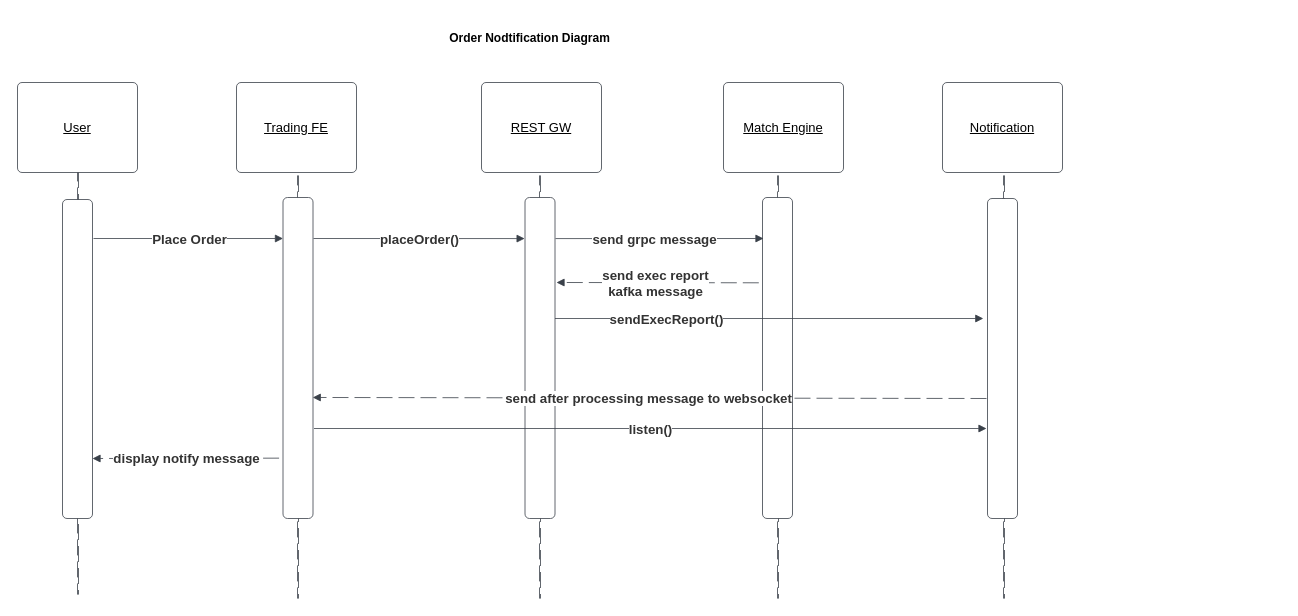
Earlier version of the draw.io diagram order_notification.drawio (wangchengxu/Diagram). Source tidied: cells renumbered, new cells numbered last; positions are measured from the earlier drawing's top-left corner, leaving out a move shared by most shapes. Both pictures are drawn from the tidied source at 100%, with x=0, y=0 at pixel (-134, 23).
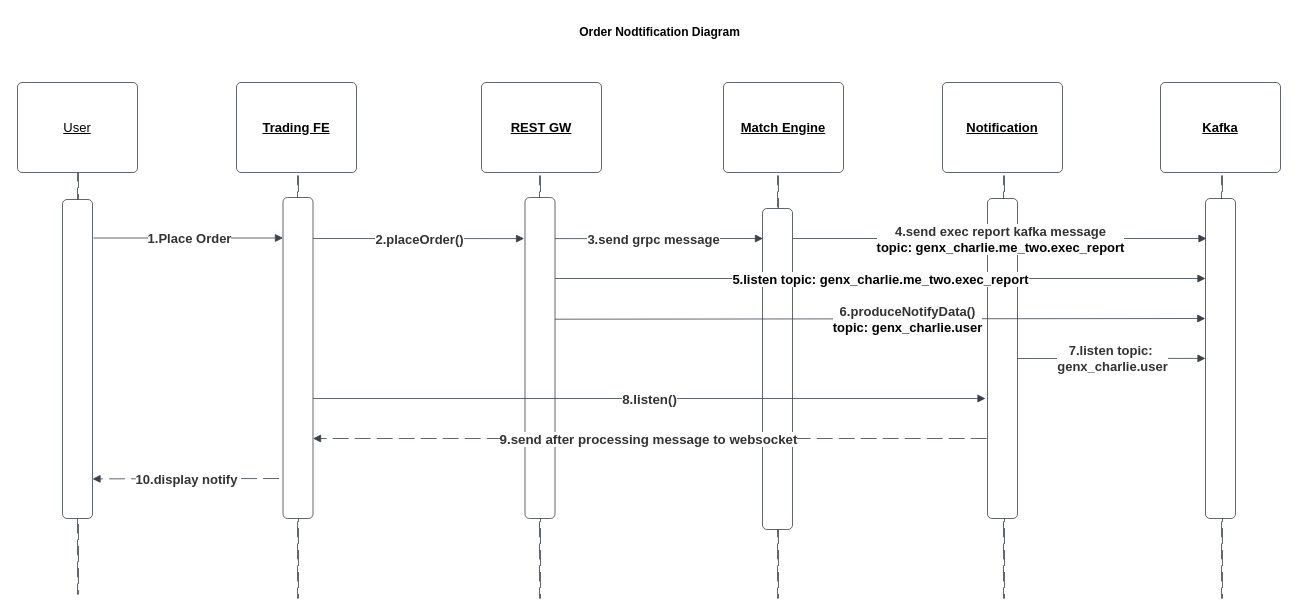
The same diagram, later.

Unchanged cells that the change refers to:
```xml
<mxCell id="15" style="html=1;overflow=block;blockSpacing=1;whiteSpace=wrap;fontSize=13;spacing=0;strokeColor=#3a414a;strokeOpacity=100;rounded=1;absoluteArcSize=1;arcSize=9;strokeWidth=0.8;lucidId=p-NZh3E1zH06;" parent="1" vertex="1">
  <mxGeometry x="416.5" y="174" width="30" height="321" as="geometry" />
</mxCell>
<mxCell id="16" style="html=1;overflow=block;blockSpacing=1;whiteSpace=wrap;fontSize=13;spacing=0;strokeColor=#3a414a;strokeOpacity=100;rounded=1;absoluteArcSize=1;arcSize=9;strokeWidth=0.8;lucidId=Y-NZVu-vQOem;" parent="1" vertex="1">
  <mxGeometry x="658.5" y="174" width="30" height="321" as="geometry" />
</mxCell>
<mxCell id="21" style="html=1;overflow=block;blockSpacing=1;whiteSpace=wrap;fontSize=13;spacing=0;strokeColor=#3a414a;strokeOpacity=100;rounded=1;absoluteArcSize=1;arcSize=9;strokeWidth=0.8;lucidId=Q~NZrVW1zLrD;" parent="1" vertex="1">
  <mxGeometry x="1121" y="175" width="30" height="320" as="geometry" />
</mxCell>
```

Change to the diagram source:
```diff
@@
-    <mxCell id="4" value="Trading FE" style="html=1;overflow=block;blockSpacing=1;whiteSpace=wrap;fontSize=13;fontStyle=4;spacing=3.8;strokeColor=#3a414a;strokeOpacity=100;rounded=1;absoluteArcSize=1;arcSize=9;strokeWidth=0.8;lucidId=18NZU9HDsDMR;" parent="1" vertex="1">
+    <mxCell id="4" value="&lt;b&gt;Trading FE&lt;/b&gt;" style="html=1;overflow=block;blockSpacing=1;whiteSpace=wrap;fontSize=13;fontStyle=4;spacing=3.8;strokeColor=#3a414a;strokeOpacity=100;rounded=1;absoluteArcSize=1;arcSize=9;strokeWidth=0.8;lucidId=18NZU9HDsDMR;" parent="1" vertex="1">
       <mxGeometry x="370" y="59" width="120" height="90" as="geometry" />
     </mxCell>
-    <mxCell id="5" value="Match Engine" style="html=1;overflow=block;blockSpacing=1;whiteSpace=wrap;fontSize=13;fontStyle=4;spacing=3.8;strokeColor=#3a414a;strokeOpacity=100;rounded=1;absoluteArcSize=1;arcSize=9;strokeWidth=0.8;lucidId=a9NZcL33oLzD;" parent="1" vertex="1">
+    <mxCell id="5" value="&lt;b&gt;Match Engine&lt;/b&gt;" style="html=1;overflow=block;blockSpacing=1;whiteSpace=wrap;fontSize=13;fontStyle=4;spacing=3.8;strokeColor=#3a414a;strokeOpacity=100;rounded=1;absoluteArcSize=1;arcSize=9;strokeWidth=0.8;lucidId=a9NZcL33oLzD;" parent="1" vertex="1">
       <mxGeometry x="857" y="59" width="120" height="90" as="geometry" />
     </mxCell>
-    <mxCell id="6" value="Notification" style="html=1;overflow=block;blockSpacing=1;whiteSpace=wrap;fontSize=13;fontStyle=4;spacing=3.8;strokeColor=#3a414a;strokeOpacity=100;rounded=1;absoluteArcSize=1;arcSize=9;strokeWidth=0.8;lucidId=l9NZF5u.6GAb;" parent="1" vertex="1">
+    <mxCell id="6" value="&lt;b style=&quot;border-color: var(--border-color);&quot;&gt;Notification&lt;/b&gt;" style="html=1;overflow=block;blockSpacing=1;whiteSpace=wrap;fontSize=13;fontStyle=4;spacing=3.8;strokeColor=#3a414a;strokeOpacity=100;rounded=1;absoluteArcSize=1;arcSize=9;strokeWidth=0.8;lucidId=l9NZF5u.6GAb;" parent="1" vertex="1">
       <mxGeometry x="1076" y="59" width="120" height="90" as="geometry" />
     </mxCell>
-    <mxCell id="7" value="REST GW" style="html=1;overflow=block;blockSpacing=1;whiteSpace=wrap;fontSize=13;fontStyle=4;spacing=3.8;strokeColor=#3a414a;strokeOpacity=100;rounded=1;absoluteArcSize=1;arcSize=9;strokeWidth=0.8;lucidId=t9NZKBoNONix;" parent="1" vertex="1">
+    <mxCell id="7" value="&lt;b&gt;REST GW&lt;/b&gt;" style="html=1;overflow=block;blockSpacing=1;whiteSpace=wrap;fontSize=13;fontStyle=4;spacing=3.8;strokeColor=#3a414a;strokeOpacity=100;rounded=1;absoluteArcSize=1;arcSize=9;strokeWidth=0.8;lucidId=t9NZKBoNONix;" parent="1" vertex="1">
       <mxGeometry x="615" y="59" width="120" height="90" as="geometry" />
     </mxCell>
@@
     <mxCell id="13" style="html=1;jettySize=18;whiteSpace=wrap;fontSize=13;strokeColor=#3a414a;strokeOpacity=100;strokeWidth=0.8;rounded=0;startArrow=none;endArrow=block;endFill=1;entryX=0.05;entryY=0.059;entryPerimeter=0;lucidId=g-NZMRchMd7d;entryDx=0;entryDy=0;" parent="1" edge="1">
       <mxGeometry relative="1" as="geometry">
-        <mxPoint x="227" y="215" as="sourcePoint" />
-        <mxPoint x="416.5" y="215" as="targetPoint" />
+        <mxPoint x="227" y="214.5" as="sourcePoint" />
+        <mxPoint x="416.5" y="214.5" as="targetPoint" />
       </mxGeometry>
     </mxCell>
-    <mxCell id="14" value="Place Order" style="text;html=1;labelBackgroundColor=default;align=center;verticalAlign=middle;fontStyle=1;fontColor=#333333;fontSize=13.3;" parent="13" vertex="1">
+    <mxCell id="14" value="&lt;font style=&quot;font-size: 13px;&quot;&gt;1.Place Order&lt;/font&gt;" style="text;html=1;labelBackgroundColor=default;align=center;verticalAlign=middle;fontStyle=1;fontColor=#333333;fontSize=13.3;" parent="13" vertex="1">
       <mxGeometry relative="1" as="geometry" />
     </mxCell>
@@
-    <mxCell id="17" style="html=1;jettySize=18;whiteSpace=wrap;fontSize=13;strokeColor=#3a414a;strokeOpacity=100;strokeWidth=0.8;rounded=0;startArrow=none;endArrow=block;endFill=1;entryX=-0.012;entryY=0.128;entryPerimeter=0;lucidId=--NZR8_Uenr~;" parent="1" edge="1" target="16">
+    <mxCell id="17" style="html=1;jettySize=18;whiteSpace=wrap;fontSize=13;strokeColor=#3a414a;strokeOpacity=100;strokeWidth=0.8;rounded=0;startArrow=none;endArrow=block;endFill=1;entryX=-0.012;entryY=0.128;entryPerimeter=0;lucidId=--NZR8_Uenr~;" parent="1" edge="1">
       <mxGeometry relative="1" as="geometry">
-        <mxPoint x="447" y="215" as="sourcePoint" />
+        <mxPoint x="446.5" y="215" as="sourcePoint" />
+        <mxPoint x="657.6" y="215.1" as="targetPoint" />
       </mxGeometry>
     </mxCell>
-    <mxCell id="18" value="placeOrder()" style="text;html=1;labelBackgroundColor=default;align=center;verticalAlign=middle;fontStyle=1;fontColor=#333333;fontSize=13.3;" parent="17" vertex="1">
+    <mxCell id="18" value="&lt;font style=&quot;font-size: 13px;&quot;&gt;2.placeOrder()&lt;/font&gt;" style="text;html=1;labelBackgroundColor=default;align=center;verticalAlign=middle;fontStyle=1;fontColor=#333333;fontSize=13.3;" parent="17" vertex="1">
       <mxGeometry relative="1" as="geometry" />
     </mxCell>
     <mxCell id="19" style="html=1;overflow=block;blockSpacing=1;whiteSpace=wrap;fontSize=13;spacing=0;strokeColor=#3a414a;strokeOpacity=100;rounded=1;absoluteArcSize=1;arcSize=9;strokeWidth=0.8;lucidId=c~NZ66zwnHVi;" parent="1" vertex="1">
-      <mxGeometry x="896" y="174" width="30" height="321" as="geometry" />
+      <mxGeometry x="896" y="185" width="30" height="321" as="geometry" />
     </mxCell>
@@
-    <mxCell id="22" style="html=1;jettySize=18;whiteSpace=wrap;fontSize=13;strokeColor=#3a414a;strokeOpacity=100;dashed=1;fixDash=1;dashPattern=16 6;strokeWidth=0.8;rounded=0;startArrow=none;endArrow=block;endFill=1;entryX=0.992;entryY=0.623;lucidId=VaOZTp4riYNy;entryDx=0;entryDy=0;entryPerimeter=0;" parent="1" edge="1" target="15">
+    <mxCell id="22" style="html=1;jettySize=18;whiteSpace=wrap;fontSize=13;strokeColor=#3a414a;strokeOpacity=100;dashed=1;fixDash=1;dashPattern=16 6;strokeWidth=0.8;rounded=0;startArrow=none;endArrow=block;endFill=1;entryX=0.992;entryY=0.623;lucidId=VaOZTp4riYNy;entryDx=0;entryDy=0;entryPerimeter=0;" parent="1" edge="1">
       <mxGeometry relative="1" as="geometry">
-        <mxPoint x="1120" y="375" as="sourcePoint" />
+        <mxPoint x="1120.2" y="415" as="sourcePoint" />
+        <mxPoint x="446.5" y="415" as="targetPoint" />
       </mxGeometry>
     </mxCell>
-    <mxCell id="23" value="send after processing message to websocket" style="text;html=1;labelBackgroundColor=default;align=center;verticalAlign=middle;fontStyle=1;fontColor=#333333;fontSize=13.3;" parent="22" vertex="1">
+    <mxCell id="23" value="9.send after processing message to websocket" style="text;html=1;labelBackgroundColor=default;align=center;verticalAlign=middle;fontStyle=1;fontColor=#333333;fontSize=13.3;" parent="22" vertex="1">
       <mxGeometry x="-0.64" relative="1" as="geometry">
         <mxPoint x="-218" as="offset" />
       </mxGeometry>
     </mxCell>
-    <mxCell id="24" style="html=1;jettySize=18;whiteSpace=wrap;fontSize=13;strokeColor=#3a414a;strokeOpacity=100;strokeWidth=0.8;rounded=0;startArrow=none;endArrow=block;endFill=1;exitX=1.017;exitY=0.128;exitPerimeter=0;lucidId=6cOZZF8WiXqJ;exitDx=0;exitDy=0;" parent="1" edge="1" source="16">
+    <mxCell id="24" style="html=1;jettySize=18;whiteSpace=wrap;fontSize=13;strokeColor=#3a414a;strokeOpacity=100;strokeWidth=0.8;rounded=0;startArrow=none;endArrow=block;endFill=1;exitX=1.017;exitY=0.128;exitPerimeter=0;lucidId=6cOZZF8WiXqJ;exitDx=0;exitDy=0;" parent="1" edge="1">
       <mxGeometry relative="1" as="geometry">
-        <mxPoint x="897" y="215" as="targetPoint" />
+        <mxPoint x="688.5" y="215.1" as="sourcePoint" />
+        <mxPoint x="896.5" y="215" as="targetPoint" />
       </mxGeometry>
     </mxCell>
-    <mxCell id="25" value="send grpc message" style="text;html=1;labelBackgroundColor=default;align=center;verticalAlign=middle;fontStyle=1;fontColor=#333333;fontSize=13.3;" parent="24" vertex="1">
+    <mxCell id="25" value="&lt;font style=&quot;font-size: 13px;&quot;&gt;3.send grpc message&lt;/font&gt;" style="text;html=1;labelBackgroundColor=default;align=center;verticalAlign=middle;fontStyle=1;fontColor=#333333;fontSize=13.3;" parent="24" vertex="1">
       <mxGeometry x="-0.74" relative="1" as="geometry">
         <mxPoint x="71" as="offset" />
       </mxGeometry>
     </mxCell>
-    <mxCell id="26" style="html=1;jettySize=18;whiteSpace=wrap;fontSize=13;strokeColor=#3a414a;strokeOpacity=100;dashed=1;fixDash=1;dashPattern=16 6;strokeWidth=0.8;rounded=0;startArrow=none;endArrow=block;endFill=1;entryX=1.05;entryY=0.374;entryPerimeter=0;lucidId=VaOZTp4riYNy;entryDx=0;entryDy=0;exitX=-0.124;exitY=0.375;exitDx=0;exitDy=0;exitPerimeter=0;" parent="1" edge="1">
-      <mxGeometry relative="1" as="geometry">
-        <mxPoint x="892.3" y="259.3" as="sourcePoint" />
-        <mxPoint x="690" y="259" as="targetPoint" />
-      </mxGeometry>
-    </mxCell>
-    <mxCell id="27" value="send exec report &lt;br&gt;kafka message" style="text;html=1;labelBackgroundColor=default;align=center;verticalAlign=middle;fontStyle=1;fontColor=#333333;fontSize=13.3;" parent="26" vertex="1">
-      <mxGeometry x="-0.64" relative="1" as="geometry">
-        <mxPoint x="-68" as="offset" />
-      </mxGeometry>
-    </mxCell>
-    <mxCell id="28" style="html=1;jettySize=18;whiteSpace=wrap;fontSize=13;strokeColor=#3a414a;strokeOpacity=100;strokeWidth=0.8;rounded=0;startArrow=none;endArrow=block;endFill=1;entryX=-0.14;entryY=0.375;entryPerimeter=0;lucidId=--NZR8_Uenr~;entryDx=0;entryDy=0;" parent="1" edge="1" target="21">
+    <mxCell id="28" style="html=1;jettySize=18;whiteSpace=wrap;fontSize=13;strokeColor=#3a414a;strokeOpacity=100;strokeWidth=0.8;rounded=0;startArrow=none;endArrow=block;endFill=1;entryX=-0.006;entryY=0.407;entryPerimeter=0;lucidId=--NZR8_Uenr~;entryDx=0;entryDy=0;" parent="1" edge="1">
       <mxGeometry relative="1" as="geometry">
-        <mxPoint x="688.5" y="295" as="sourcePoint" />
+        <mxPoint x="688.5" y="295.7" as="sourcePoint" />
+        <mxPoint x="1338.8" y="295" as="targetPoint" />
       </mxGeometry>
     </mxCell>
-    <mxCell id="29" value="sendExecReport()" style="text;html=1;labelBackgroundColor=default;align=center;verticalAlign=middle;fontStyle=1;fontColor=#333333;fontSize=13.3;" parent="28" vertex="1">
+    <mxCell id="29" value="&lt;font style=&quot;font-size: 13px;&quot;&gt;6.produceNotifyData()&lt;br&gt;&lt;span style=&quot;border-color: var(--border-color); color: rgb(0, 0, 0); background-color: rgb(251, 251, 251);&quot;&gt;topic:&amp;nbsp;genx_charlie.user&lt;/span&gt;&lt;/font&gt;" style="text;html=1;labelBackgroundColor=default;align=center;verticalAlign=middle;fontStyle=1;fontColor=#333333;fontSize=13.3;" parent="28" vertex="1">
       <mxGeometry relative="1" as="geometry">
-        <mxPoint x="-103" as="offset" />
+        <mxPoint x="27" as="offset" />
       </mxGeometry>
     </mxCell>
     <mxCell id="30" style="html=1;jettySize=18;whiteSpace=wrap;fontSize=13;strokeColor=#3a414a;strokeOpacity=100;strokeWidth=0.8;rounded=0;startArrow=none;endArrow=block;endFill=1;lucidId=--NZR8_Uenr~;" parent="1" edge="1">
       <mxGeometry relative="1" as="geometry">
-        <mxPoint x="447.5" y="405" as="sourcePoint" />
-        <mxPoint x="1120" y="405" as="targetPoint" />
+        <mxPoint x="446.5" y="375" as="sourcePoint" />
+        <mxPoint x="1119" y="375" as="targetPoint" />
       </mxGeometry>
     </mxCell>
-    <mxCell id="31" value="listen()" style="text;html=1;labelBackgroundColor=default;align=center;verticalAlign=middle;fontStyle=1;fontColor=#333333;fontSize=13.3;" parent="30" vertex="1">
+    <mxCell id="31" value="8.listen()" style="text;html=1;labelBackgroundColor=default;align=center;verticalAlign=middle;fontStyle=1;fontColor=#333333;fontSize=13.3;" parent="30" vertex="1">
       <mxGeometry relative="1" as="geometry" />
     </mxCell>
-    <mxCell id="32" style="html=1;jettySize=18;whiteSpace=wrap;fontSize=13;strokeColor=#3a414a;strokeOpacity=100;dashed=1;fixDash=1;dashPattern=16 6;strokeWidth=0.8;rounded=0;startArrow=none;endArrow=block;endFill=1;entryX=0.992;entryY=0.623;lucidId=VaOZTp4riYNy;entryDx=0;entryDy=0;entryPerimeter=0;exitX=-0.13;exitY=0.812;exitDx=0;exitDy=0;exitPerimeter=0;" parent="1" edge="1" source="15">
+    <mxCell id="32" style="html=1;jettySize=18;whiteSpace=wrap;fontSize=13;strokeColor=#3a414a;strokeOpacity=100;dashed=1;fixDash=1;dashPattern=16 6;strokeWidth=0.8;rounded=0;startArrow=none;endArrow=block;endFill=1;entryX=0.992;entryY=0.623;lucidId=VaOZTp4riYNy;entryDx=0;entryDy=0;entryPerimeter=0;exitX=-0.13;exitY=0.812;exitDx=0;exitDy=0;exitPerimeter=0;" parent="1" edge="1">
       <mxGeometry relative="1" as="geometry">
-        <mxPoint x="226" y="435" as="targetPoint" />
+        <mxPoint x="412.6" y="455" as="sourcePoint" />
+        <mxPoint x="226" y="455.4" as="targetPoint" />
       </mxGeometry>
     </mxCell>
-    <mxCell id="33" value="display notify message" style="text;html=1;labelBackgroundColor=default;align=center;verticalAlign=middle;fontStyle=1;fontColor=#333333;fontSize=13.3;" parent="32" vertex="1">
+    <mxCell id="33" value="&lt;font style=&quot;font-size: 13px;&quot;&gt;10.display notify&lt;/font&gt;" style="text;html=1;labelBackgroundColor=default;align=center;verticalAlign=middle;fontStyle=1;fontColor=#333333;fontSize=13.3;" parent="32" vertex="1">
       <mxGeometry x="-0.64" relative="1" as="geometry">
         <mxPoint x="-59" as="offset" />
       </mxGeometry>
     </mxCell>
     <mxCell id="34" value="&lt;b&gt;Order Nodtification Diagram&lt;/b&gt;" style="text;strokeColor=none;align=center;fillColor=none;html=1;verticalAlign=middle;whiteSpace=wrap;rounded=0;" parent="1" vertex="1">
-      <mxGeometry x="568" width="191" height="30" as="geometry" />
+      <mxGeometry x="698" y="-6" width="191" height="30" as="geometry" />
     </mxCell>
+    <mxCell id="35" value="&lt;b&gt;Kafka&lt;/b&gt;" style="html=1;overflow=block;blockSpacing=1;whiteSpace=wrap;fontSize=13;fontStyle=4;spacing=3.8;strokeColor=#3a414a;strokeOpacity=100;rounded=1;absoluteArcSize=1;arcSize=9;strokeWidth=0.8;lucidId=l9NZF5u.6GAb;" parent="1" vertex="1">
+      <mxGeometry x="1294" y="59" width="120" height="90" as="geometry" />
+    </mxCell>
+    <mxCell id="36" style="html=1;overflow=block;blockSpacing=1;whiteSpace=wrap;fontSize=13;spacing=0;strokeColor=#3a414a;strokeOpacity=100;rounded=1;absoluteArcSize=1;arcSize=9;rotation=-270;dashed=1;fixDash=1;dashPattern=16 6;strokeWidth=0.8;lucidId=Q9NZzyseHX5v;" parent="1" vertex="1">
+      <mxGeometry x="1144" y="363" width="423" height="1" as="geometry" />
+    </mxCell>
+    <mxCell id="37" style="edgeStyle=orthogonalEdgeStyle;rounded=0;jettySize=auto;html=1;exitX=0.5;exitY=0;exitDx=0;exitDy=0;" parent="1" edge="1" source="38">
+      <mxGeometry relative="1" as="geometry">
+        <mxPoint x="1354" y="185" as="targetPoint" />
+      </mxGeometry>
+    </mxCell>
+    <mxCell id="38" style="html=1;overflow=block;blockSpacing=1;whiteSpace=wrap;fontSize=13;spacing=0;strokeColor=#3a414a;strokeOpacity=100;rounded=1;absoluteArcSize=1;arcSize=9;strokeWidth=0.8;lucidId=Q~NZrVW1zLrD;" parent="1" vertex="1">
+      <mxGeometry x="1339" y="175" width="30" height="320" as="geometry" />
+    </mxCell>
+    <mxCell id="39" style="html=1;jettySize=18;whiteSpace=wrap;fontSize=13;strokeColor=#3a414a;strokeOpacity=100;strokeWidth=0.8;rounded=0;startArrow=none;endArrow=block;endFill=1;lucidId=--NZR8_Uenr~;entryX=0;entryY=0.25;entryDx=0;entryDy=0;" parent="1" edge="1" target="38">
+      <mxGeometry relative="1" as="geometry">
+        <mxPoint x="688.5" y="255" as="sourcePoint" />
+      </mxGeometry>
+    </mxCell>
+    <mxCell id="40" value="&lt;b style=&quot;border-color: var(--border-color); color: rgb(0, 0, 0); background-color: rgb(251, 251, 251);&quot;&gt;&lt;font style=&quot;font-size: 13px;&quot;&gt;5.listen topic:&amp;nbsp;genx_charlie.me_two.exec_report&lt;/font&gt;&lt;/b&gt;" style="text;html=1;labelBackgroundColor=default;align=center;verticalAlign=middle;fontStyle=1;fontColor=#333333;fontSize=13.3;" parent="39" vertex="1">
+      <mxGeometry relative="1" as="geometry" />
+    </mxCell>
+    <mxCell id="41" style="html=1;jettySize=18;whiteSpace=wrap;fontSize=13;strokeColor=#3a414a;strokeOpacity=100;strokeWidth=0.8;rounded=0;startArrow=none;endArrow=block;endFill=1;lucidId=--NZR8_Uenr~;" parent="1" edge="1">
+      <mxGeometry relative="1" as="geometry">
+        <mxPoint x="926" y="215" as="sourcePoint" />
+        <mxPoint x="1340" y="215" as="targetPoint" />
+      </mxGeometry>
+    </mxCell>
+    <mxCell id="42" value="&lt;font style=&quot;font-size: 13px;&quot;&gt;4.send exec report kafka message&lt;br&gt;&lt;b style=&quot;border-color: var(--border-color); color: rgb(0, 0, 0); background-color: rgb(251, 251, 251);&quot;&gt;topic:&amp;nbsp;genx_charlie.me_two.exec_report&lt;/b&gt;&lt;/font&gt;" style="text;html=1;labelBackgroundColor=default;align=center;verticalAlign=middle;fontStyle=1;fontColor=#333333;fontSize=13.3;" parent="41" vertex="1">
+      <mxGeometry relative="1" as="geometry" />
+    </mxCell>
+    <mxCell id="43" style="html=1;jettySize=18;whiteSpace=wrap;fontSize=13;strokeColor=#3a414a;strokeOpacity=100;strokeWidth=0.8;rounded=0;startArrow=none;endArrow=block;endFill=1;exitX=1;exitY=0.5;lucidId=6cOZZF8WiXqJ;exitDx=0;exitDy=0;" parent="1" edge="1" source="21">
+      <mxGeometry relative="1" as="geometry">
+        <mxPoint x="1339" y="334.9" as="targetPoint" />
+      </mxGeometry>
+    </mxCell>
+    <mxCell id="44" value="&lt;font style=&quot;font-size: 13px;&quot;&gt;&lt;font style=&quot;font-size: 13px;&quot;&gt;7.listen&amp;nbsp;&lt;/font&gt;topic:&amp;nbsp;&lt;br&gt;genx_charlie.user&lt;/font&gt;" style="text;html=1;labelBackgroundColor=default;align=center;verticalAlign=middle;fontStyle=1;fontColor=#333333;fontSize=13.3;" parent="43" vertex="1">
+      <mxGeometry x="-0.74" relative="1" as="geometry">
+        <mxPoint x="71" as="offset" />
+      </mxGeometry>
+    </mxCell>
```
